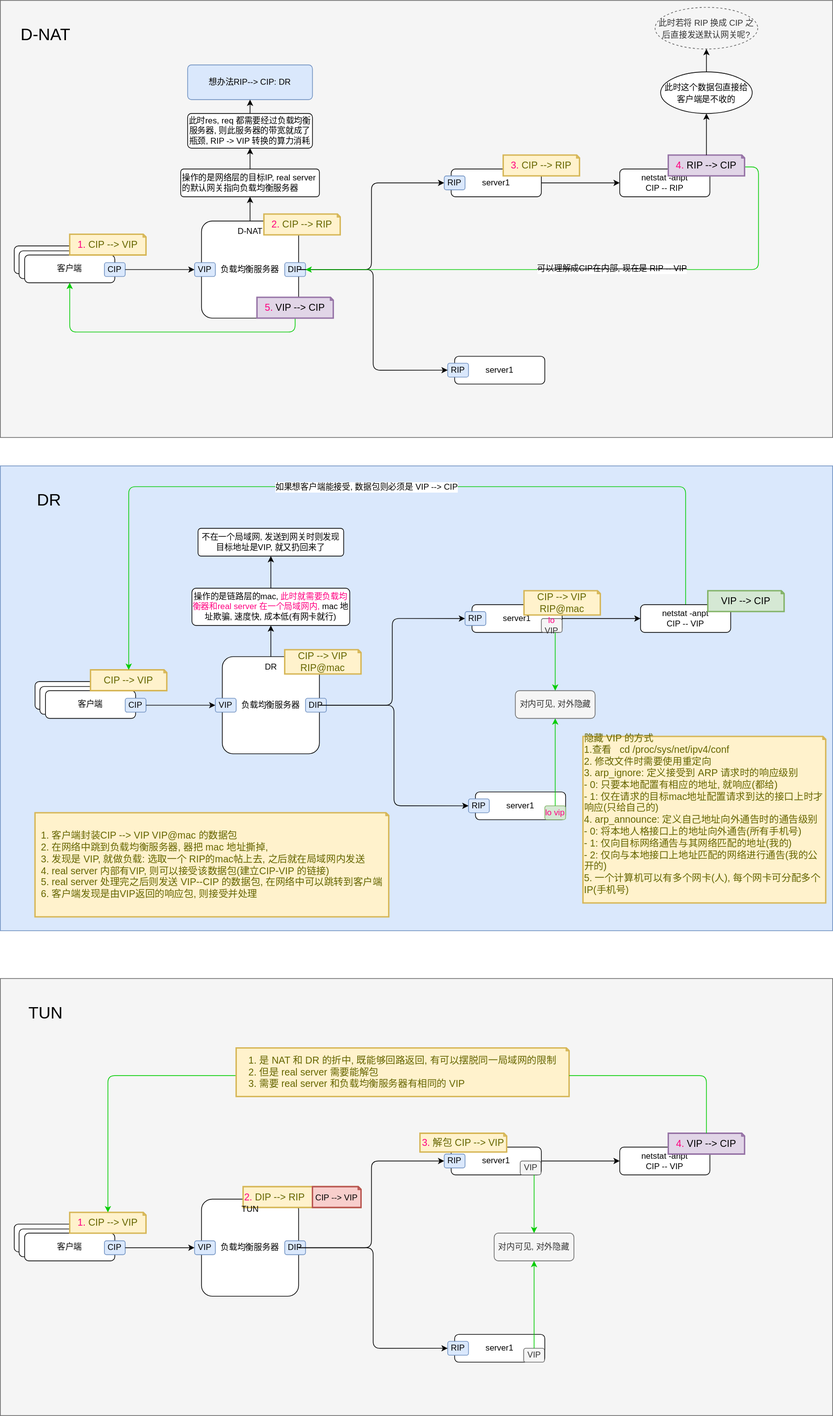
Before: diagrams/lb/lvs/02.mode.svg, a diagram exported from draw.io (Alice52/diagrams). Source tidied: cells renumbered, new cells last; positions are measured from the earlier drawing's top-left corner, leaving out a move shared by most shapes.
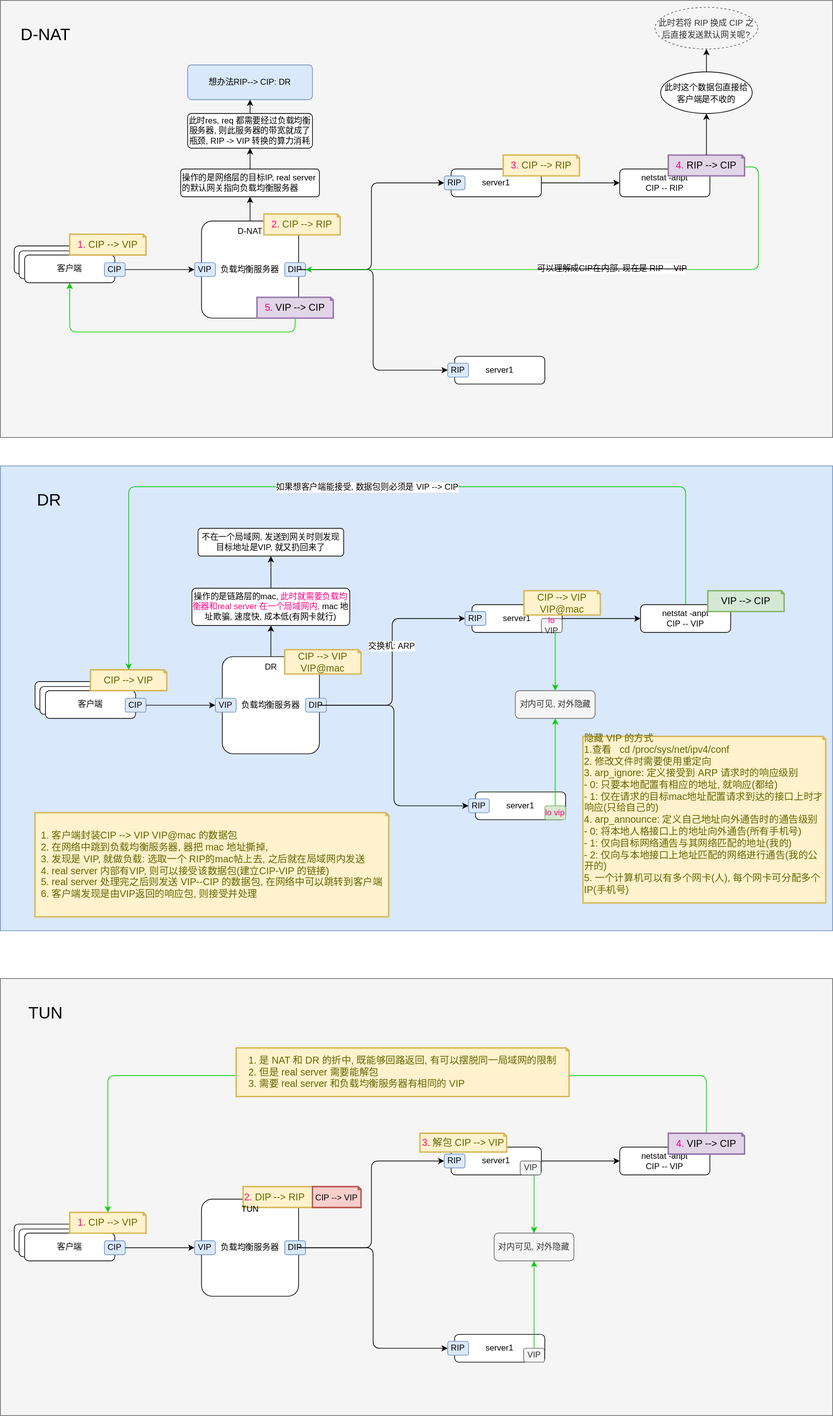
The same file after the commit.

What changed in the source:
```diff
@@ -291,6 +291,11 @@
     <mxCell id="91" style="edgeStyle=orthogonalEdgeStyle;rounded=1;jettySize=auto;html=1;entryX=0;entryY=0.5;entryDx=0;entryDy=0;" parent="77" edge="1" source="85" target="90">
       <mxGeometry as="geometry" />
     </mxCell>
+    <mxCell id="115" value="&lt;font style=&quot;font-size: 12px&quot;&gt;交换机: ARP&lt;/font&gt;" style="edgeLabel;html=1;align=center;verticalAlign=middle;" parent="91" vertex="1">
+      <mxGeometry relative="1" as="geometry">
+        <mxPoint x="-2" y="-23" as="offset" />
+      </mxGeometry>
+    </mxCell>
     <mxCell id="92" value="server1" style="rounded=1;whiteSpace=wrap;html=1;" parent="77" vertex="1">
       <mxGeometry x="685" y="470" width="130" height="40" as="geometry" />
     </mxCell>
@@ -300,7 +305,7 @@
     <mxCell id="94" style="edgeStyle=orthogonalEdgeStyle;rounded=1;jettySize=auto;html=1;entryX=0;entryY=0.5;entryDx=0;entryDy=0;" parent="77" edge="1" source="85" target="93">
       <mxGeometry as="geometry" />
     </mxCell>
-    <mxCell id="95" value="CIP --&amp;gt; VIP&lt;br&gt;RIP@mac" style="shape=note;strokeWidth=2;fontSize=14;size=4;whiteSpace=wrap;html=1;fillColor=#fff2cc;strokeColor=#d6b656;fontColor=#666600;" parent="77" vertex="1">
+    <mxCell id="95" value="CIP --&amp;gt; VIP&lt;br&gt;VIP@mac" style="shape=note;strokeWidth=2;fontSize=14;size=4;whiteSpace=wrap;html=1;fillColor=#fff2cc;strokeColor=#d6b656;fontColor=#666600;" parent="77" vertex="1">
       <mxGeometry x="410" y="265" width="110" height="35" as="geometry" />
     </mxCell>
     <mxCell id="96" value="DR" style="text;html=1;align=center;verticalAlign=middle;strokeColor=none;" parent="77" vertex="1">
@@ -352,7 +357,7 @@
     <mxCell id="108" style="edgeStyle=orthogonalEdgeStyle;rounded=1;jettySize=auto;html=1;" parent="77" edge="1" source="85" target="107">
       <mxGeometry as="geometry" />
     </mxCell>
-    <mxCell id="109" value="CIP --&amp;gt; VIP&lt;br&gt;RIP@mac" style="shape=note;strokeWidth=2;fontSize=14;size=4;whiteSpace=wrap;html=1;fillColor=#fff2cc;strokeColor=#d6b656;fontColor=#666600;" parent="77" vertex="1">
+    <mxCell id="109" value="CIP --&amp;gt; VIP&lt;br&gt;VIP@mac" style="shape=note;strokeWidth=2;fontSize=14;size=4;whiteSpace=wrap;html=1;fillColor=#fff2cc;strokeColor=#d6b656;fontColor=#666600;" parent="77" vertex="1">
       <mxGeometry x="755" y="180" width="110" height="35" as="geometry" />
     </mxCell>
     <mxCell id="110" value="不在一个局域网, 发送到网关时则发现目标地址是VIP, 就又扔回来了" style="rounded=1;whiteSpace=wrap;html=1;arcSize=11;" parent="77" vertex="1">
```
